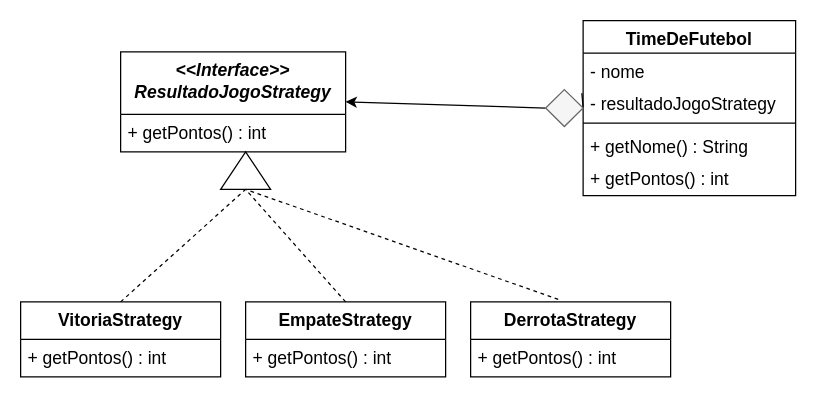
SoSoJigsaw/bertoti keeps this draw.io diagram as DesignPattern/Strategy/UML/Strategy.drawio. Above is the earlier version. Source tidied: cells renumbered, new cells numbered last; positions are measured from the earlier drawing's top-left corner, leaving out a move shared by most shapes. Both pictures are drawn from the tidied source at 125%, with x=0, y=0 at pixel (20, 20).
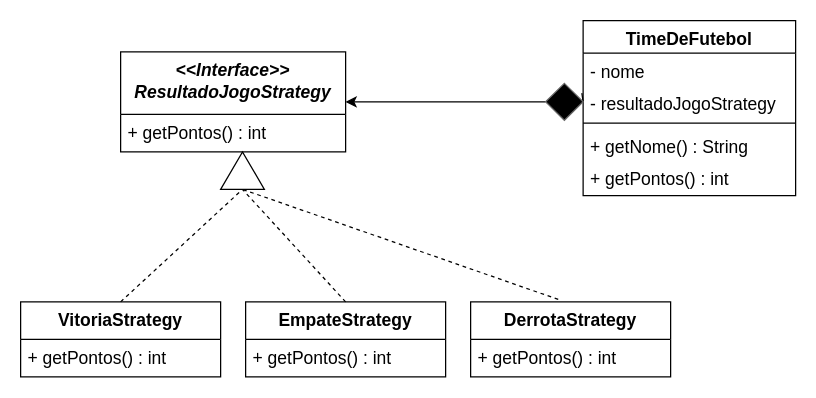
After the change.

Commit message (it also covers changes not shown here):
Strategy UML

Change to the diagram source:
```diff
@@
-    <mxCell id="18" style="rhombus;whiteSpace=wrap;html=1;fillColor=#f5f5f5;fontColor=#333333;strokeColor=#666666;" parent="1" vertex="1">
-      <mxGeometry x="420" y="55.2" width="30" height="29.5" as="geometry" />
+    <mxCell id="18" style="rhombus;whiteSpace=wrap;html=1;fillColor=#000000;fontColor=#333333;strokeColor=#666666;" parent="1" vertex="1">
+      <mxGeometry x="420" y="50.2" width="30" height="29.5" as="geometry" />
     </mxCell>
     <mxCell id="19" style="triangle;whiteSpace=wrap;html=1;rotation=-90;" parent="1" vertex="1">
-      <mxGeometry x="165" y="100" width="30" height="40" as="geometry" />
+      <mxGeometry x="162.5" y="102.5" width="30" height="35" as="geometry" />
     </mxCell>
```
